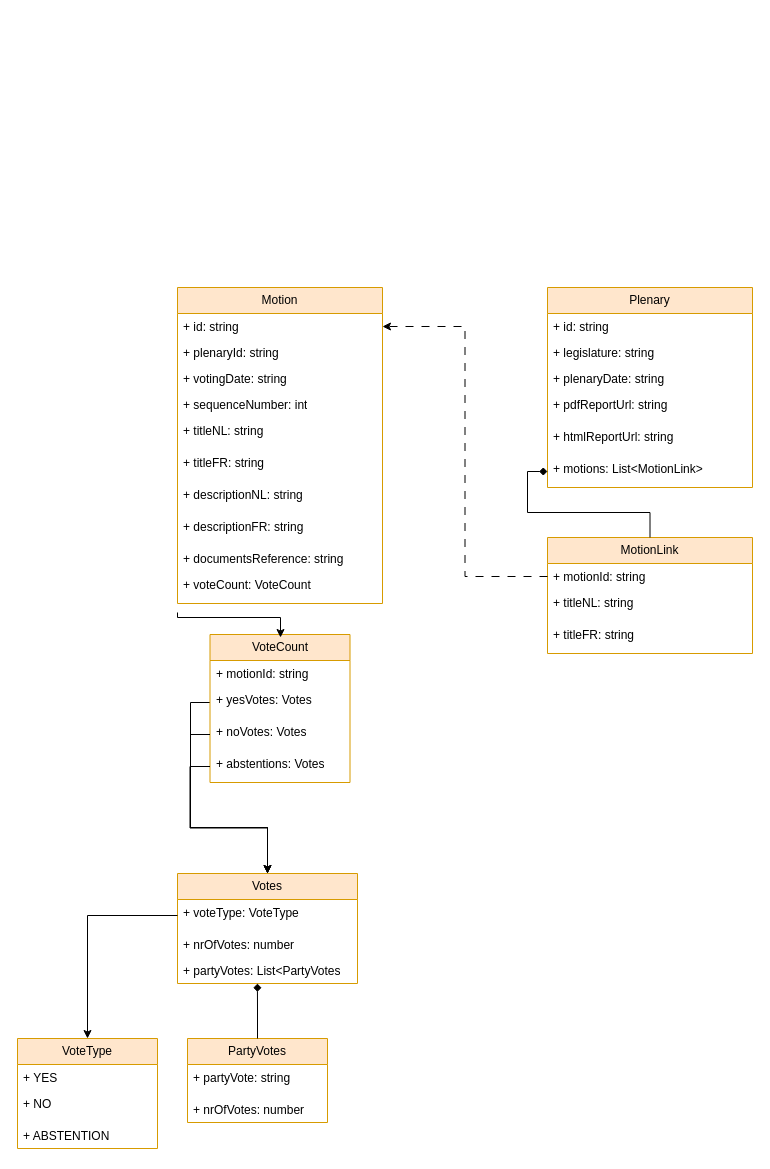
This is doc/drawings/domain-model.drawio from transparentdemocracy/backend, a draw.io file, before an edit. Source tidied: cells renumbered, new cells numbered last; positions are measured from the earlier drawing's top-left corner, leaving out a move shared by most shapes. Both pictures are drawn from the tidied source at 100%, with x=0, y=0 at pixel (17, 287).
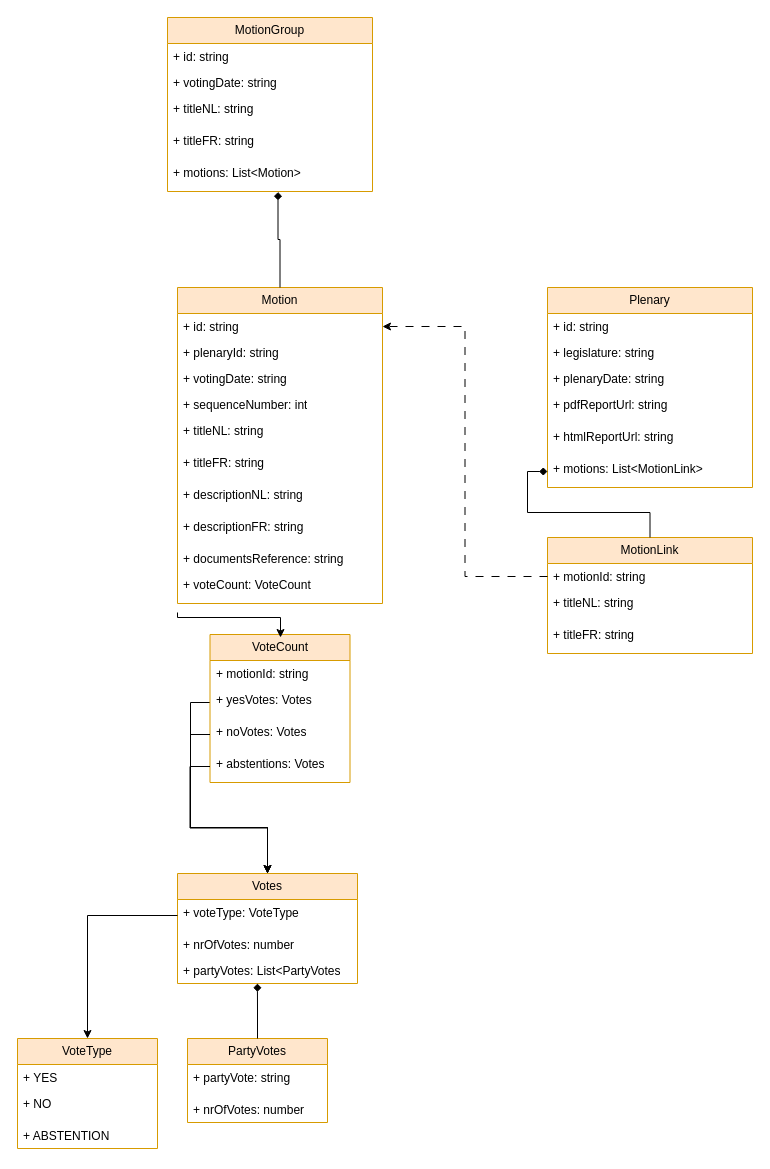
After the change.

The change refers to these unchanged cells:
```xml
<mxCell id="2" value="Motion" style="swimlane;fontStyle=0;horizontal=1;startSize=26;fillColor=#ffe6cc;whiteSpace=wrap;html=1;strokeColor=#d79b00;" parent="1" vertex="1">
  <mxGeometry x="160" width="205" height="316" as="geometry" />
</mxCell>
```

The edit, as a diff of the source:
```diff
@@
+    <mxCell id="48" value="MotionGroup" style="swimlane;fontStyle=0;horizontal=1;startSize=26;fillColor=#ffe6cc;whiteSpace=wrap;html=1;strokeColor=#d79b00;" parent="1" vertex="1">
+      <mxGeometry x="150" y="-270" width="205" height="174" as="geometry" />
+    </mxCell>
+    <mxCell id="49" value="+ id: string" style="text;strokeColor=none;fillColor=none;align=left;verticalAlign=top;spacingLeft=4;spacingRight=4;overflow=hidden;whiteSpace=wrap;html=1;" parent="48" vertex="1">
+      <mxGeometry y="26" width="205" height="26" as="geometry" />
+    </mxCell>
+    <mxCell id="50" value="+ votingDate: string" style="text;strokeColor=none;fillColor=none;align=left;verticalAlign=top;spacingLeft=4;spacingRight=4;overflow=hidden;whiteSpace=wrap;html=1;" parent="48" vertex="1">
+      <mxGeometry y="52" width="205" height="26" as="geometry" />
+    </mxCell>
+    <mxCell id="51" value="+ titleNL: string" style="text;strokeColor=none;fillColor=none;align=left;verticalAlign=top;spacingLeft=4;spacingRight=4;overflow=hidden;whiteSpace=wrap;html=1;" parent="48" vertex="1">
+      <mxGeometry y="78" width="205" height="32" as="geometry" />
+    </mxCell>
+    <mxCell id="52" value="+ titleFR: string" style="text;strokeColor=none;fillColor=none;align=left;verticalAlign=top;spacingLeft=4;spacingRight=4;overflow=hidden;whiteSpace=wrap;html=1;" parent="48" vertex="1">
+      <mxGeometry y="110" width="205" height="32" as="geometry" />
+    </mxCell>
+    <mxCell id="53" value="+ motions: List&amp;lt;Motion&amp;gt;" style="text;strokeColor=none;fillColor=none;align=left;verticalAlign=top;spacingLeft=4;spacingRight=4;overflow=hidden;points=[[0,0.5],[1,0.5]];portConstraint=eastwest;whiteSpace=wrap;html=1;" parent="48" vertex="1">
+      <mxGeometry y="142" width="205" height="32" as="geometry" />
+    </mxCell>
+    <mxCell id="54" style="edgeStyle=orthogonalEdgeStyle;rounded=0;jettySize=auto;html=1;entryX=0.539;entryY=1.014;entryDx=0;entryDy=0;entryPerimeter=0;endArrow=diamond;endFill=1;" parent="1" edge="1" source="2" target="53">
+      <mxGeometry relative="1" as="geometry" />
+    </mxCell>
```
